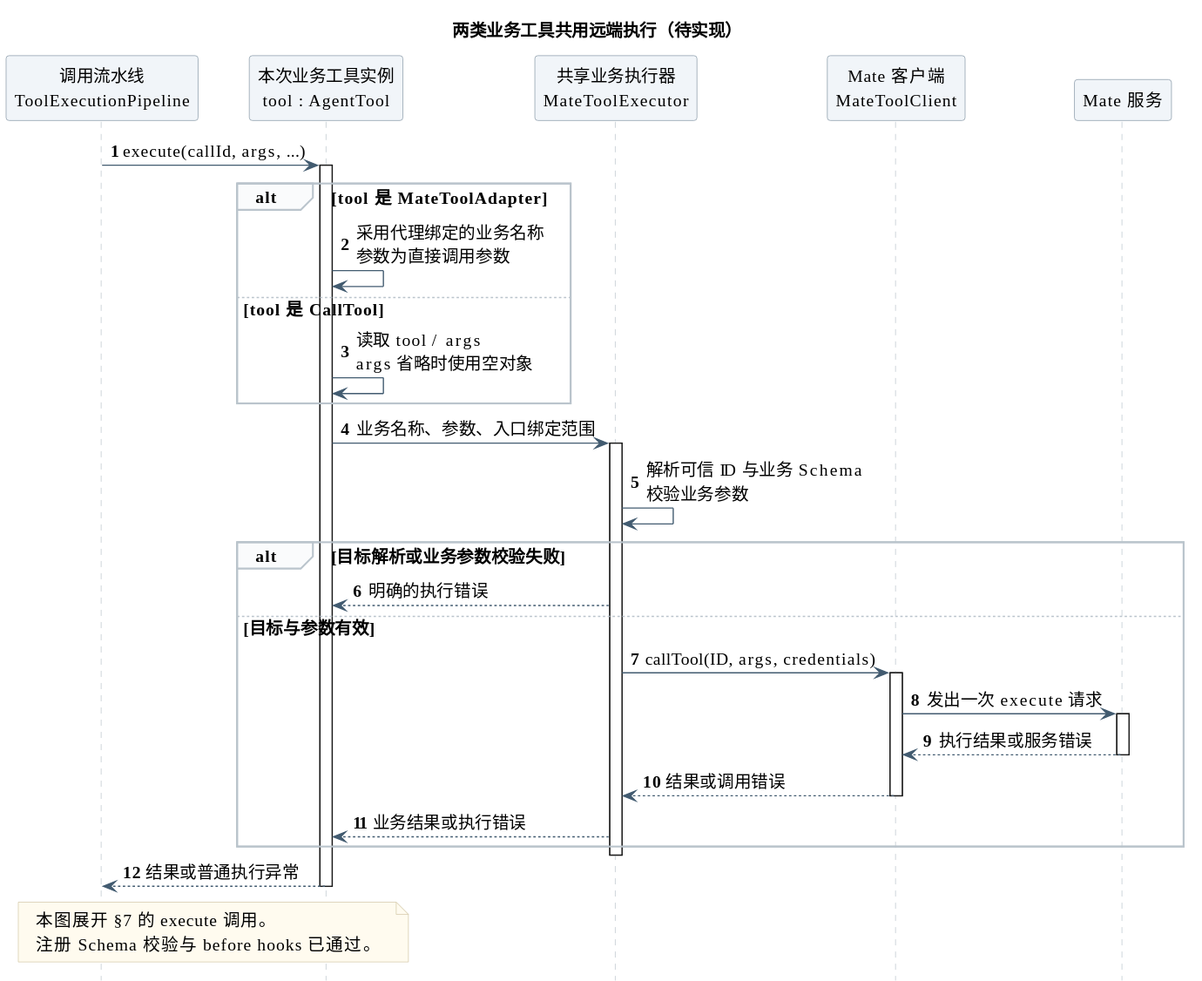
Before: 01-总体架构/02-CampusClaw工具系统/call_mate_tool_sequence.svg, a diagram exported from PlantUML (ssm0808/pi-mono-java-design).
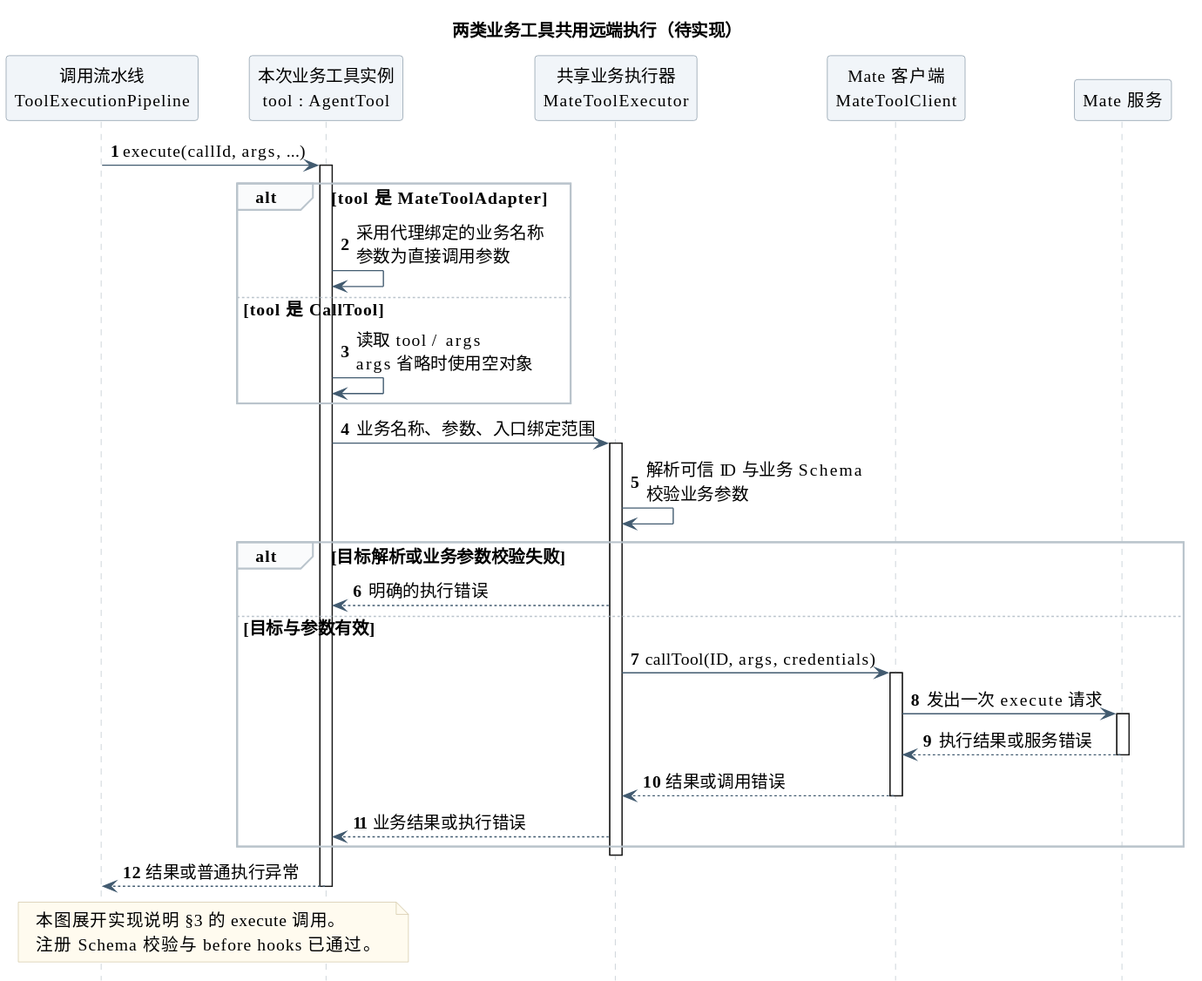
After the change.

Change to the diagram source:
```diff
@@ -47,7 +47,7 @@
 Tool --> Pipeline -- : 结果或普通执行异常
 
 note over Pipeline, Tool
-  本图展开 §7 的 execute 调用。
+  本图展开实现说明 §3 的 execute 调用。
   注册 Schema 校验与 before hooks 已通过。
 end note
 @enduml
```
